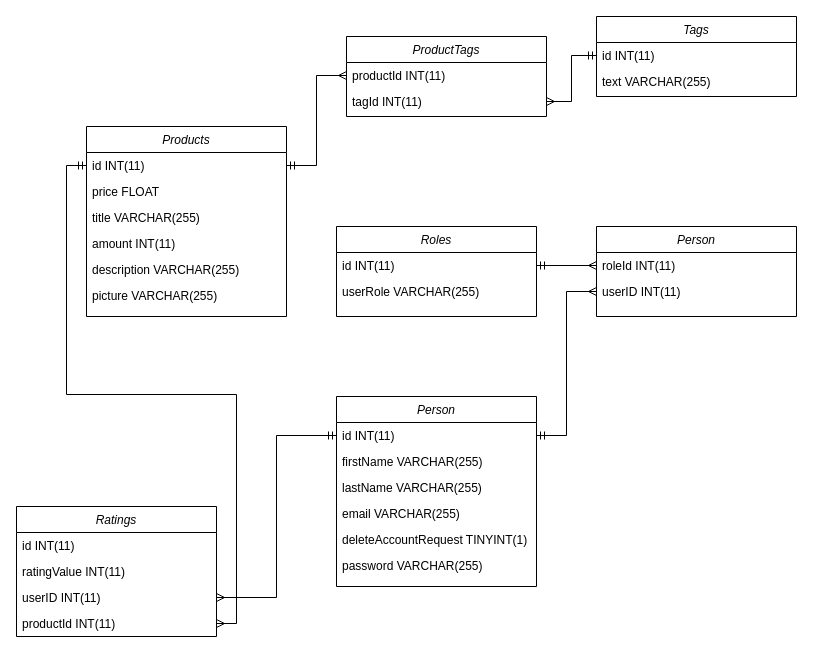
This is src/Classes.drawio from Deeathwiing/brackets, a draw.io file, before an edit. Source tidied: cells renumbered, new cells numbered last; positions are measured from the earlier drawing's top-left corner, leaving out a move shared by most shapes. Both pictures are drawn from the tidied source at 100%, with x=0, y=0 at pixel (16, 16).
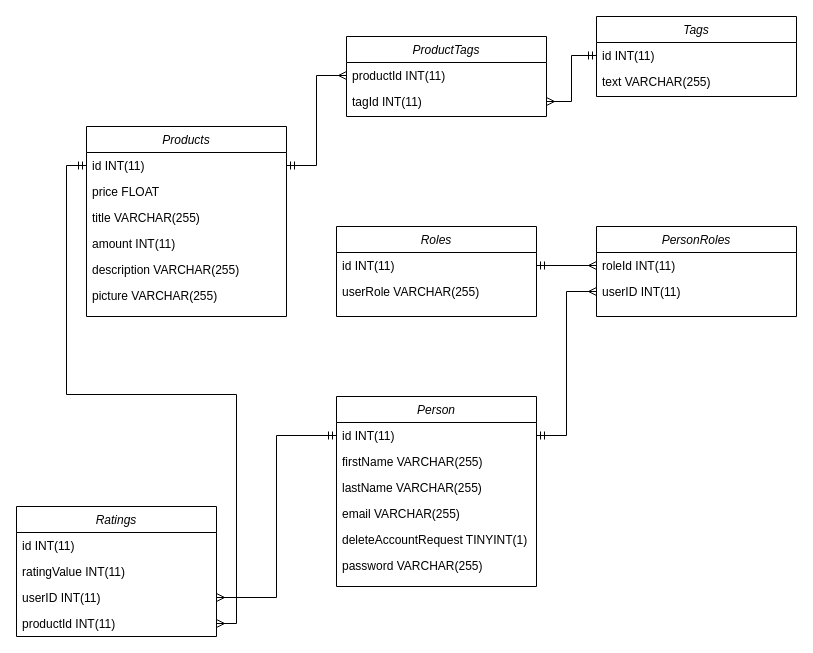
After the change.

Diff of the diagram source:
```diff
@@
-    <mxCell id="9" value="Person" style="swimlane;fontStyle=2;align=center;verticalAlign=top;horizontal=1;startSize=26;rounded=0;shadow=0;strokeWidth=1;" parent="1" vertex="1">
+    <mxCell id="9" value="PersonRoles" style="swimlane;fontStyle=2;align=center;verticalAlign=top;horizontal=1;startSize=26;rounded=0;shadow=0;strokeWidth=1;" parent="1" vertex="1">
       <mxGeometry x="580" y="210" width="200" height="90" as="geometry" />
     </mxCell>
```
